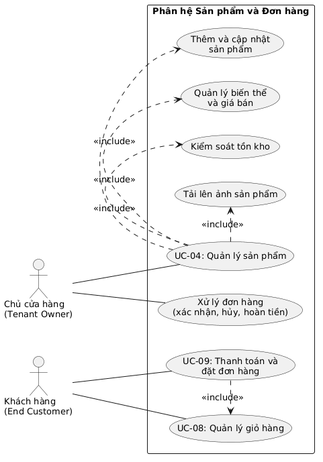
Earlier version of the PlantUML export Hinhve/Chuong2/usecase_san_pham_don_hang.png (tvgx/SoICT_Mau_DATN_Ung_dung).
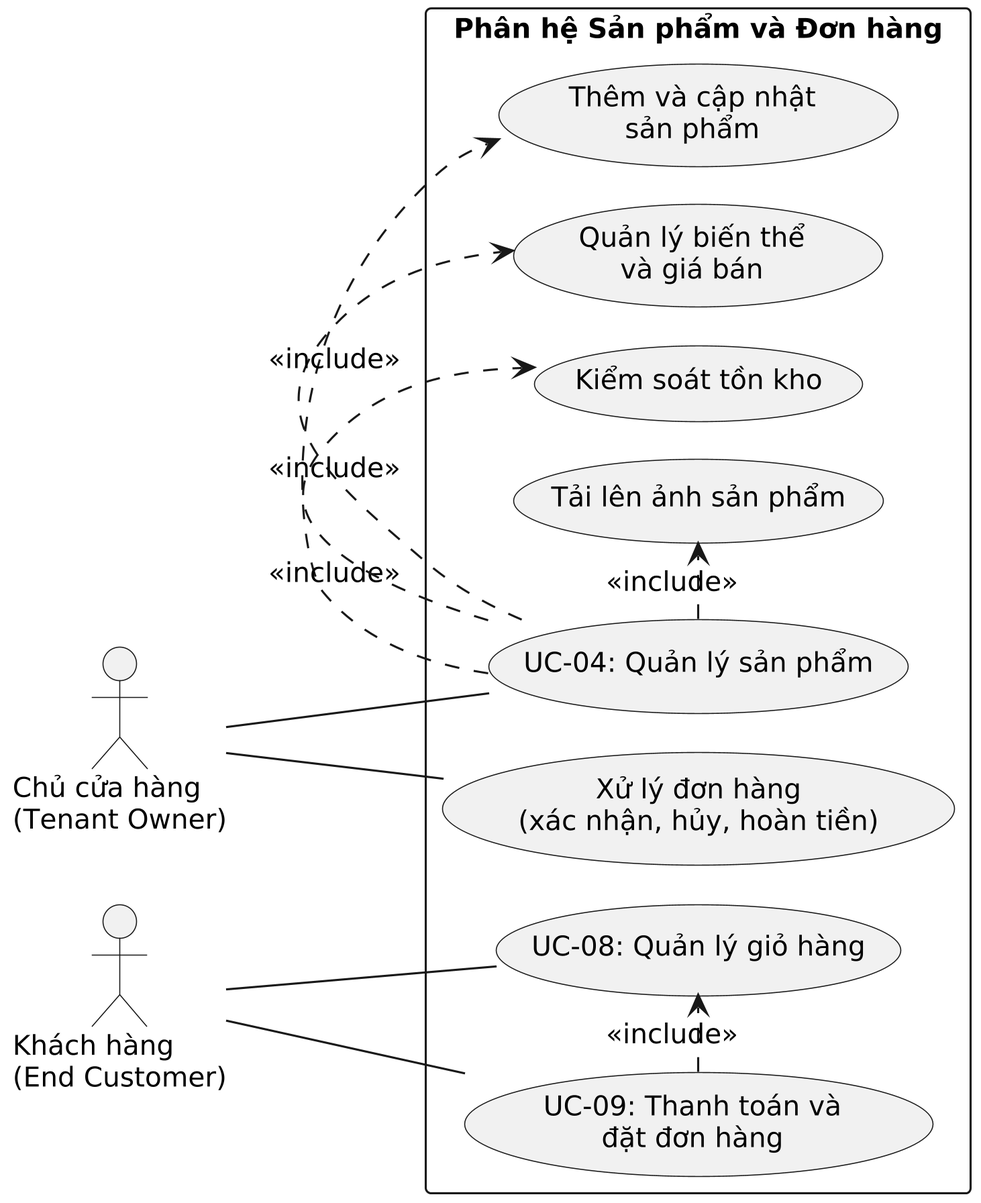
Above is the later version.

What changed in the source:
```diff
@@ -1,5 +1,8 @@
 @startuml
 left to right direction
+!pragma layout smetana
+skinparam dpi 300
+skinparam defaultFontName "DejaVu Sans"
 skinparam monochrome true
 skinparam shadowing false
 skinparam defaultFontSize 13
```
